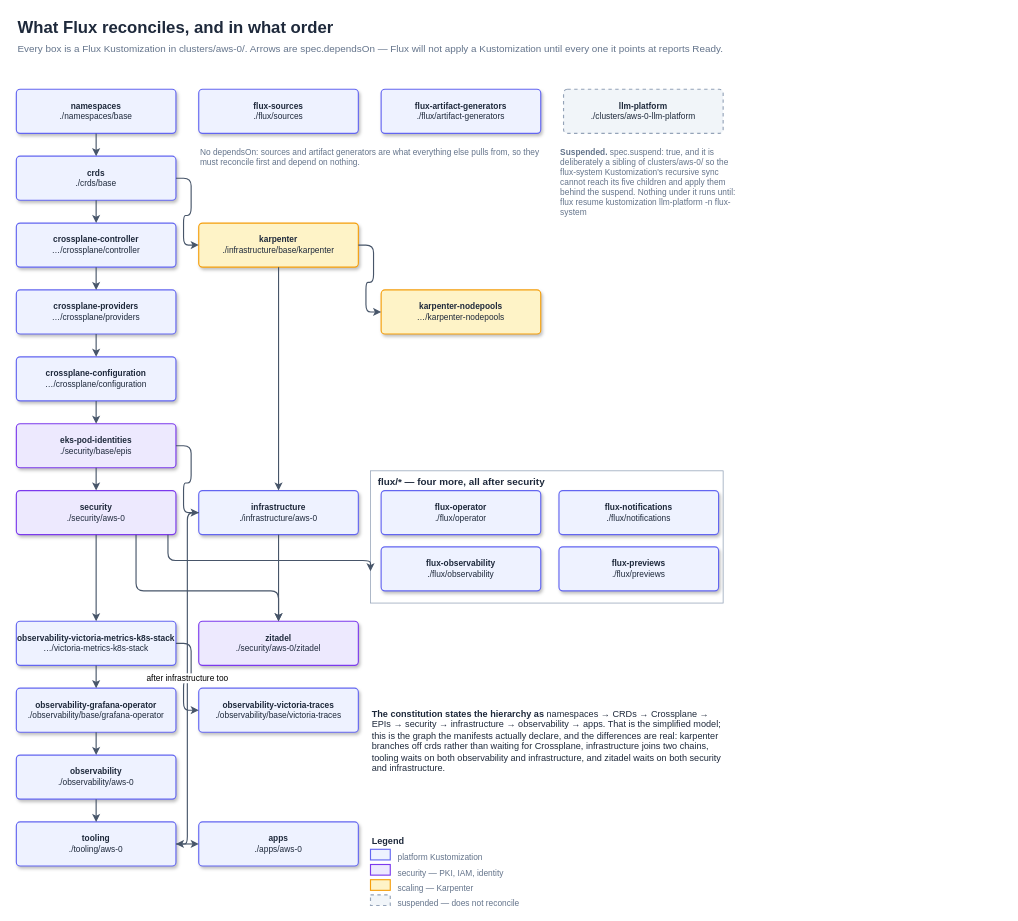
Earlier version of the draw.io diagram docs/architecture/flux-dependency-tree.drawio (Smana/cloud-native-ref). Source tidied: cells renumbered, new cells numbered last; positions are measured from the earlier drawing's top-left corner, leaving out a move shared by most shapes. Both pictures are drawn from the tidied source at 76%, with x=0, y=0 at pixel (16, 13).
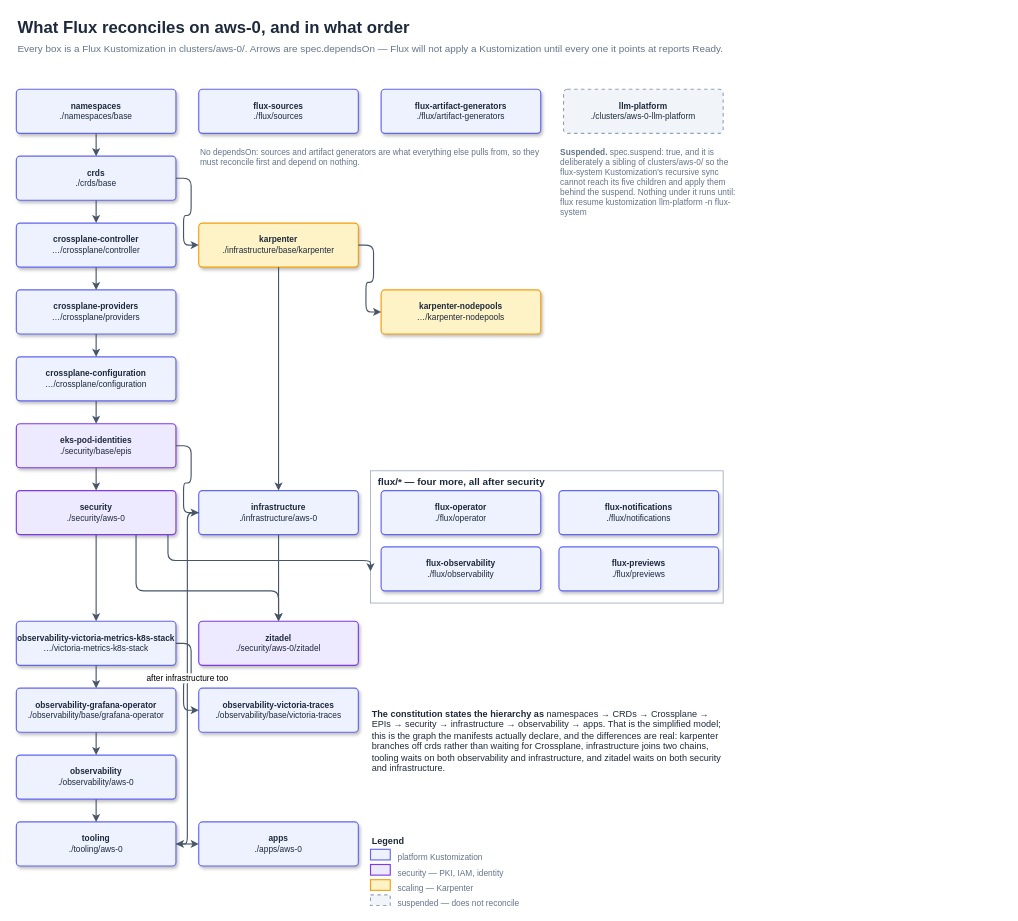
The same page after the edit.

Diff of the diagram source:
```diff
@@
-    <mxCell id="2" value="What Flux reconciles, and in what order" style="text;html=1;fontFamily=Helvetica;fontSize=22;fontStyle=1;fontColor=#1E293B;align=left;" parent="1" vertex="1">
+    <mxCell id="2" value="What Flux reconciles on aws-0, and in what order" style="text;html=1;fontFamily=Helvetica;fontSize=22;fontStyle=1;fontColor=#1E293B;align=left;" parent="1" vertex="1">
       <mxGeometry width="1100" height="30" as="geometry" />
     </mxCell>
```
